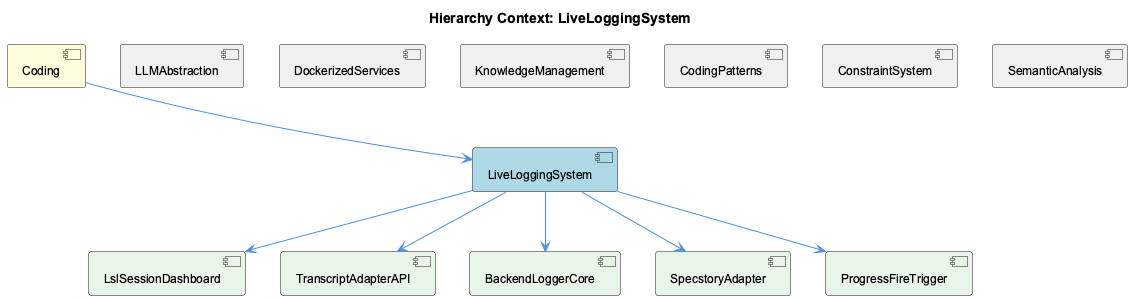
This is knowledge-management/insights/images/live-logging-system-relationship.png from fwornle/coding, a PlantUML export, as it was before one commit.
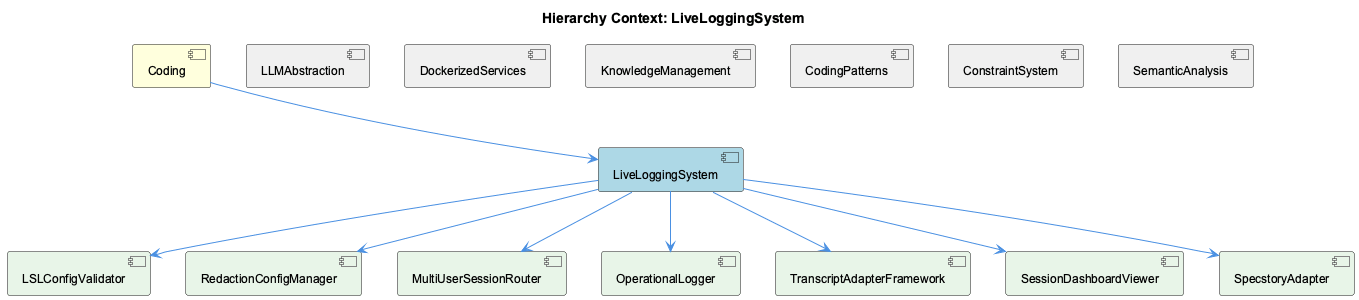
After the commit.

Diff of the diagram source:
```diff
@@ -11,11 +11,13 @@
 [CodingPatterns] as coding_patterns #F0F0F0
 [ConstraintSystem] as constraint_system #F0F0F0
 [SemanticAnalysis] as semantic_analysis #F0F0F0
-[LslSessionDashboard] as lsl_session_dashboard #E8F5E8
-[TranscriptAdapterAPI] as transcript_adapter_api #E8F5E8
-[BackendLoggerCore] as backend_logger_core #E8F5E8
+[LSLConfigValidator] as lslconfig_validator #E8F5E8
+[RedactionConfigManager] as redaction_config_manager #E8F5E8
+[MultiUserSessionRouter] as multi_user_session_router #E8F5E8
+[OperationalLogger] as operational_logger #E8F5E8
+[TranscriptAdapterFramework] as transcript_adapter_framework #E8F5E8
+[SessionDashboardViewer] as session_dashboard_viewer #E8F5E8
 [SpecstoryAdapter] as specstory_adapter #E8F5E8
-[ProgressFireTrigger] as progress_fire_trigger #E8F5E8
 
 coding --> live_logging_system
 llmabstraction -[hidden]- live_logging_system
@@ -24,10 +26,12 @@
 coding_patterns -[hidden]- live_logging_system
 constraint_system -[hidden]- live_logging_system
 semantic_analysis -[hidden]- live_logging_system
-live_logging_system --> lsl_session_dashboard
-live_logging_system --> transcript_adapter_api
-live_logging_system --> backend_logger_core
+live_logging_system --> lslconfig_validator
+live_logging_system --> redaction_config_manager
+live_logging_system --> multi_user_session_router
+live_logging_system --> operational_logger
+live_logging_system --> transcript_adapter_framework
+live_logging_system --> session_dashboard_viewer
 live_logging_system --> specstory_adapter
-live_logging_system --> progress_fire_trigger
 
 @enduml
```
